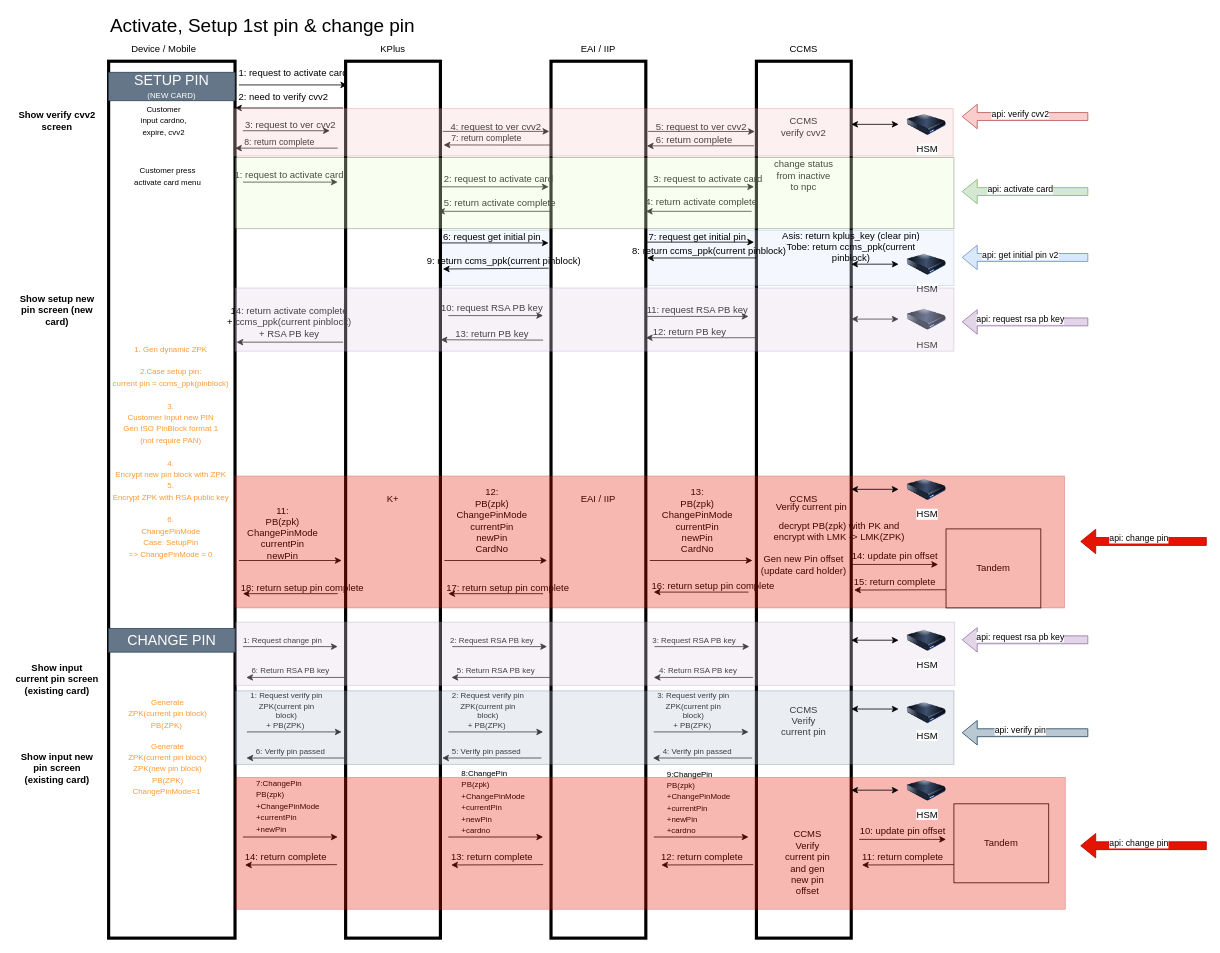
Above: page "KPlus_ChangePin" (2 of 3) of CCMS_Project.drawio in chawaratr/drawio (draw.io), before the change. Source tidied: cells renumbered, new cells numbered last; positions are measured from the earlier drawing's top-left corner, leaving out a move shared by most shapes. Both pictures are drawn from the tidied source at 79%, with x=0, y=0 at pixel (13, 13).
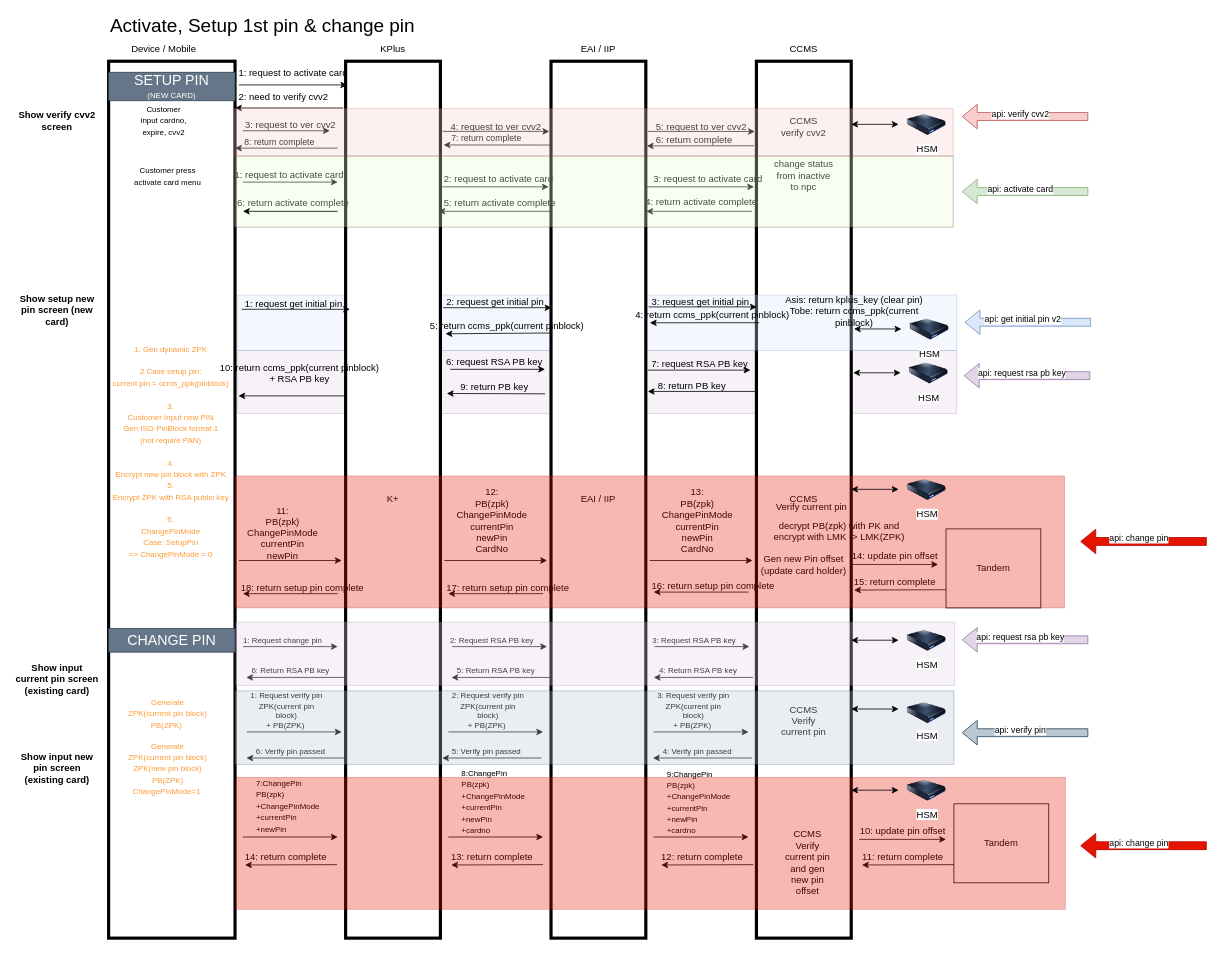
Above is the later version.

What changed in the source:
```diff
@@
+    <mxCell id="169" style="rounded=0;whiteSpace=wrap;html=1;fillColor=#e1d5e7;strokeColor=#9673a6;opacity=30;" parent="1" vertex="1">
+      <mxGeometry x="283.5" y="426" width="910" height="80" as="geometry" />
+    </mxCell>
@@
     <mxCell id="3" style="rounded=0;whiteSpace=wrap;html=1;fillColor=#dae8fc;strokeColor=#6c8ebf;opacity=30;" parent="1" vertex="1">
-      <mxGeometry x="540" y="274" width="650" height="70" as="geometry" />
+      <mxGeometry x="283.5" y="356" width="910" height="70" as="geometry" />
     </mxCell>
@@
     <mxCell id="16" style="endArrow=classic;html=1;rounded=0;" parent="1" edge="1">
       <mxGeometry relative="1" as="geometry">
-        <mxPoint x="934" y="250" as="sourcePoint" />
-        <mxPoint x="800" y="250" as="targetPoint" />
+        <mxPoint x="934.5" y="250" as="sourcePoint" />
+        <mxPoint x="800.5" y="250" as="targetPoint" />
       </mxGeometry>
     </mxCell>
@@
     <mxCell id="18" style="endArrow=classic;html=1;rounded=0;exitX=0;exitY=0.22;exitDx=0;exitDy=0;exitPerimeter=0;" parent="1" edge="1">
       <mxGeometry relative="1" as="geometry">
-        <mxPoint x="680" y="250" as="sourcePoint" />
-        <mxPoint x="537" y="250" as="targetPoint" />
+        <mxPoint x="680.5" y="250" as="sourcePoint" />
+        <mxPoint x="537.5" y="250" as="targetPoint" />
       </mxGeometry>
     </mxCell>
@@
     <mxCell id="21" style="endArrow=classic;html=1;rounded=0;entryX=-0.028;entryY=0.147;entryDx=0;entryDy=0;entryPerimeter=0;" parent="1" edge="1">
       <mxGeometry relative="1" as="geometry">
-        <mxPoint x="540" y="290" as="sourcePoint" />
-        <mxPoint x="677" y="290" as="targetPoint" />
+        <mxPoint x="543.5" y="372" as="sourcePoint" />
+        <mxPoint x="680.5" y="372" as="targetPoint" />
       </mxGeometry>
     </mxCell>
-    <mxCell id="22" value="6: request get initial pin" style="text;html=1;align=center;verticalAlign=middle;strokeColor=none;fillColor=none;" parent="1" vertex="1">
-      <mxGeometry x="530" y="268" width="150" height="30" as="geometry" />
+    <mxCell id="22" value="2: request get initial pin" style="text;html=1;align=center;verticalAlign=middle;strokeColor=none;fillColor=none;" parent="1" vertex="1">
+      <mxGeometry x="533.5" y="350" width="150" height="30" as="geometry" />
     </mxCell>
     <mxCell id="23" style="endArrow=classic;html=1;rounded=0;entryX=-0.028;entryY=0.147;entryDx=0;entryDy=0;entryPerimeter=0;" parent="1" edge="1">
       <mxGeometry relative="1" as="geometry">
-        <mxPoint x="800" y="289" as="sourcePoint" />
-        <mxPoint x="937" y="289" as="targetPoint" />
+        <mxPoint x="803.5" y="371" as="sourcePoint" />
+        <mxPoint x="940.5" y="371" as="targetPoint" />
       </mxGeometry>
     </mxCell>
-    <mxCell id="24" value="7: request get initial pin" style="text;html=1;align=center;verticalAlign=middle;strokeColor=none;fillColor=none;" parent="1" vertex="1">
-      <mxGeometry x="790" y="268" width="150" height="30" as="geometry" />
+    <mxCell id="24" value="3: request get initial pin" style="text;html=1;align=center;verticalAlign=middle;strokeColor=none;fillColor=none;" parent="1" vertex="1">
+      <mxGeometry x="793.5" y="350" width="150" height="30" as="geometry" />
     </mxCell>
     <mxCell id="25" style="endArrow=classic;html=1;rounded=0;entryX=1.013;entryY=0.882;entryDx=0;entryDy=0;entryPerimeter=0;" parent="1" edge="1">
       <mxGeometry relative="1" as="geometry">
-        <mxPoint x="940" y="309" as="sourcePoint" />
-        <mxPoint x="801.6" y="309.1" as="targetPoint" />
+        <mxPoint x="943.5" y="391" as="sourcePoint" />
+        <mxPoint x="805.1" y="391.1" as="targetPoint" />
       </mxGeometry>
     </mxCell>
-    <mxCell id="26" value="8: return ccms_ppk(current pinblock)" style="text;html=1;align=center;verticalAlign=middle;strokeColor=none;fillColor=none;" parent="1" vertex="1">
-      <mxGeometry x="770" y="285" width="220" height="30" as="geometry" />
+    <mxCell id="26" value="4: return ccms_ppk(current pinblock)" style="text;html=1;align=center;verticalAlign=middle;strokeColor=none;fillColor=none;" parent="1" vertex="1">
+      <mxGeometry x="773.5" y="367" width="220" height="30" as="geometry" />
     </mxCell>
     <mxCell id="27" value="Asis: return kplus_key (clear pin)&lt;div&gt;Tobe: return ccms_ppk(current pinblock)&lt;/div&gt;" style="text;html=1;align=center;verticalAlign=middle;whiteSpace=wrap;rounded=0;" parent="1" vertex="1">
-      <mxGeometry x="960" y="280" width="200" height="30" as="geometry" />
+      <mxGeometry x="963.5" y="362" width="200" height="30" as="geometry" />
     </mxCell>
     <mxCell id="28" style="endArrow=classic;html=1;rounded=0;exitX=-0.037;exitY=0.384;exitDx=0;exitDy=0;exitPerimeter=0;entryX=1.013;entryY=0.882;entryDx=0;entryDy=0;entryPerimeter=0;" parent="1" edge="1">
       <mxGeometry relative="1" as="geometry">
-        <mxPoint x="677" y="322" as="sourcePoint" />
-        <mxPoint x="543" y="323" as="targetPoint" />
+        <mxPoint x="680.5" y="404" as="sourcePoint" />
+        <mxPoint x="546.5" y="405" as="targetPoint" />
       </mxGeometry>
     </mxCell>
-    <mxCell id="29" value="9: return ccms_ppk(current pinblock)" style="text;html=1;align=center;verticalAlign=middle;strokeColor=none;fillColor=none;" parent="1" vertex="1">
-      <mxGeometry x="510" y="298" width="220" height="30" as="geometry" />
+    <mxCell id="29" value="5: return ccms_ppk(current pinblock)" style="text;html=1;align=center;verticalAlign=middle;strokeColor=none;fillColor=none;" parent="1" vertex="1">
+      <mxGeometry x="513.5" y="380" width="220" height="30" as="geometry" />
     </mxCell>
     <mxCell id="30" style="endArrow=classic;html=1;rounded=0;exitX=-0.027;exitY=0.399;exitDx=0;exitDy=0;exitPerimeter=0;entryX=1.011;entryY=0.399;entryDx=0;entryDy=0;entryPerimeter=0;" parent="1" edge="1">
       <mxGeometry relative="1" as="geometry">
-        <mxPoint x="416.8" y="415.6" as="sourcePoint" />
-        <mxPoint x="281.8" y="415.6" as="targetPoint" />
+        <mxPoint x="419.3" y="483.6" as="sourcePoint" />
+        <mxPoint x="284.3" y="483.6" as="targetPoint" />
       </mxGeometry>
     </mxCell>
-    <mxCell id="31" value="14: return activate complete&amp;nbsp;&lt;div&gt;+ ccms_ppk(current pinblock)&amp;nbsp;&lt;/div&gt;&lt;div&gt;+ RSA PB key&amp;nbsp;&lt;/div&gt;" style="text;html=1;align=center;verticalAlign=middle;strokeColor=none;fillColor=none;" parent="1" vertex="1">
-      <mxGeometry x="260" y="360" width="180" height="60" as="geometry" />
+    <mxCell id="31" value="6: return activate complete&amp;nbsp;" style="text;html=1;align=center;verticalAlign=middle;strokeColor=none;fillColor=none;" parent="1" vertex="1">
+      <mxGeometry x="270" y="225" width="170" height="30" as="geometry" />
     </mxCell>
     <mxCell id="32" style="endArrow=classic;html=1;rounded=0;entryX=0.933;entryY=0.8;entryDx=0;entryDy=0;entryPerimeter=0;" parent="1" edge="1" target="33">
       <mxGeometry relative="1" as="geometry">
-        <mxPoint x="550" y="382" as="sourcePoint" />
+        <mxPoint x="552.5" y="450" as="sourcePoint" />
       </mxGeometry>
     </mxCell>
-    <mxCell id="33" value="10: request RSA PB key" style="text;html=1;align=center;verticalAlign=middle;points=[];strokeColor=none;fillColor=none;" parent="1" vertex="1">
-      <mxGeometry x="530" y="358" width="150" height="30" as="geometry" />
+    <mxCell id="33" value="6: request RSA PB key" style="text;html=1;align=center;verticalAlign=middle;points=[];strokeColor=none;fillColor=none;" parent="1" vertex="1">
+      <mxGeometry x="532.5" y="426" width="150" height="30" as="geometry" />
     </mxCell>
     <mxCell id="34" style="endArrow=classic;html=1;rounded=0;entryX=0.933;entryY=0.767;entryDx=0;entryDy=0;entryPerimeter=0;" parent="1" edge="1" target="35">
       <mxGeometry relative="1" as="geometry">
-        <mxPoint x="800" y="383" as="sourcePoint" />
+        <mxPoint x="802.5" y="451" as="sourcePoint" />
       </mxGeometry>
     </mxCell>
-    <mxCell id="35" value="11: request RSA PB key" style="text;html=1;align=center;verticalAlign=middle;points=[];strokeColor=none;fillColor=none;" parent="1" vertex="1">
-      <mxGeometry x="790" y="360" width="150" height="30" as="geometry" />
+    <mxCell id="35" value="7: request RSA PB key" style="text;html=1;align=center;verticalAlign=middle;points=[];strokeColor=none;fillColor=none;" parent="1" vertex="1">
+      <mxGeometry x="792.5" y="428" width="150" height="30" as="geometry" />
     </mxCell>
     <mxCell id="36" style="endArrow=classic;html=1;rounded=0;" parent="1" edge="1">
       <mxGeometry relative="1" as="geometry">
-        <mxPoint x="939" y="410" as="sourcePoint" />
-        <mxPoint x="800" y="410" as="targetPoint" />
+        <mxPoint x="941.5" y="478" as="sourcePoint" />
+        <mxPoint x="802.5" y="478" as="targetPoint" />
       </mxGeometry>
     </mxCell>
-    <mxCell id="37" value="12: return PB key" style="text;html=1;align=center;verticalAlign=middle;strokeColor=none;fillColor=none;" parent="1" vertex="1">
-      <mxGeometry x="795" y="388" width="120" height="30" as="geometry" />
+    <mxCell id="37" value="8: return PB key" style="text;html=1;align=center;verticalAlign=middle;strokeColor=none;fillColor=none;" parent="1" vertex="1">
+      <mxGeometry x="802.5" y="456" width="110" height="30" as="geometry" />
     </mxCell>
     <mxCell id="38" style="endArrow=classic;html=1;rounded=0;entryX=-0.04;entryY=0.753;entryDx=0;entryDy=0;entryPerimeter=0;" parent="1" edge="1" target="39">
       <mxGeometry relative="1" as="geometry">
-        <mxPoint x="670" y="413" as="sourcePoint" />
+        <mxPoint x="672.5" y="481" as="sourcePoint" />
       </mxGeometry>
     </mxCell>
-    <mxCell id="39" value="13: return PB key" style="text;html=1;align=center;verticalAlign=middle;points=[];strokeColor=none;fillColor=none;" parent="1" vertex="1">
-      <mxGeometry x="545" y="390" width="120" height="30" as="geometry" />
+    <mxCell id="39" value="9: return PB key" style="text;html=1;align=center;verticalAlign=middle;points=[];strokeColor=none;fillColor=none;" parent="1" vertex="1">
+      <mxGeometry x="552.5" y="458" width="110" height="30" as="geometry" />
     </mxCell>
@@
     <mxCell id="133" style="shape=flexArrow;endArrow=classic;html=1;rounded=0;fillColor=#dae8fc;strokeColor=#6c8ebf;" parent="1" edge="1">
       <mxGeometry relative="1" as="geometry">
-        <mxPoint x="1360" y="308.4" as="sourcePoint" />
-        <mxPoint x="1200" y="308.4" as="targetPoint" />
+        <mxPoint x="1363.5" y="390.4" as="sourcePoint" />
+        <mxPoint x="1203.5" y="390.4" as="targetPoint" />
       </mxGeometry>
     </mxCell>
@@
     <mxCell id="135" style="shape=flexArrow;endArrow=classic;html=1;rounded=0;fillColor=#e1d5e7;strokeColor=#9673a6;" parent="1" edge="1">
       <mxGeometry relative="1" as="geometry">
-        <mxPoint x="1360" y="390" as="sourcePoint" />
-        <mxPoint x="1200" y="390" as="targetPoint" />
+        <mxPoint x="1362.5" y="458" as="sourcePoint" />
+        <mxPoint x="1202.5" y="458" as="targetPoint" />
       </mxGeometry>
     </mxCell>
@@
     <mxCell id="149" style="rounded=0;whiteSpace=wrap;html=1;fillColor=#E6FFCC;opacity=30;" parent="1" vertex="1">
-      <mxGeometry x="280" y="182" width="910" height="90" as="geometry" />
+      <mxGeometry x="279" y="180" width="910" height="90" as="geometry" />
     </mxCell>
@@
     <mxCell id="165" value="HSM" style="image;html=1;image=img/lib/clip_art/computers/Harddrive_128x128.png;" parent="1" vertex="1">
-      <mxGeometry x="1131" y="369.5" width="49" height="35" as="geometry" />
+      <mxGeometry x="1133.5" y="437.5" width="49" height="35" as="geometry" />
     </mxCell>
     <mxCell id="166" style="endArrow=classic;startArrow=classic;html=1;rounded=0;" parent="1" edge="1">
       <mxGeometry relative="1" as="geometry">
-        <mxPoint x="1060" y="386.4" as="sourcePoint" />
-        <mxPoint x="1120" y="386.4" as="targetPoint" />
+        <mxPoint x="1062.5" y="454.4" as="sourcePoint" />
+        <mxPoint x="1122.5" y="454.4" as="targetPoint" />
       </mxGeometry>
     </mxCell>
     <mxCell id="167" value="HSM" style="image;html=1;image=img/lib/clip_art/computers/Harddrive_128x128.png;" parent="1" vertex="1">
-      <mxGeometry x="1131" y="300" width="49" height="35" as="geometry" />
+      <mxGeometry x="1134.5" y="382" width="49" height="35" as="geometry" />
     </mxCell>
     <mxCell id="168" style="endArrow=classic;startArrow=classic;html=1;rounded=0;" parent="1" edge="1">
       <mxGeometry relative="1" as="geometry">
-        <mxPoint x="1060" y="316.9" as="sourcePoint" />
-        <mxPoint x="1120" y="316.9" as="targetPoint" />
+        <mxPoint x="1063.5" y="398.9" as="sourcePoint" />
+        <mxPoint x="1123.5" y="398.9" as="targetPoint" />
       </mxGeometry>
     </mxCell>
-    <mxCell id="169" style="rounded=0;whiteSpace=wrap;html=1;fillColor=#e1d5e7;strokeColor=#9673a6;opacity=30;" parent="1" vertex="1">
-      <mxGeometry x="280" y="347" width="910" height="80" as="geometry" />
-    </mxCell>
+    <mxCell id="170" style="endArrow=classic;html=1;rounded=0;" parent="1" edge="1">
+      <mxGeometry relative="1" as="geometry">
+        <mxPoint x="410" y="250" as="sourcePoint" />
+        <mxPoint x="290" y="250" as="targetPoint" />
+      </mxGeometry>
+    </mxCell>
+    <mxCell id="171" value="10: return &lt;span style=&quot;background-color: initial;&quot;&gt;ccms_ppk(current pinblock)&amp;nbsp;&lt;/span&gt;&lt;div&gt;+ RSA PB key&amp;nbsp;&lt;/div&gt;" style="text;html=1;align=center;verticalAlign=middle;strokeColor=none;fillColor=none;" parent="1" vertex="1">
+      <mxGeometry x="247.5" y="435" width="230" height="40" as="geometry" />
+    </mxCell>
+    <mxCell id="172" style="endArrow=classic;html=1;rounded=0;entryX=-0.028;entryY=0.147;entryDx=0;entryDy=0;entryPerimeter=0;" parent="1" edge="1">
+      <mxGeometry relative="1" as="geometry">
+        <mxPoint x="288.5" y="374" as="sourcePoint" />
+        <mxPoint x="425.5" y="374" as="targetPoint" />
+      </mxGeometry>
+    </mxCell>
+    <mxCell id="173" value="1: request get initial pin" style="text;html=1;align=center;verticalAlign=middle;strokeColor=none;fillColor=none;" parent="1" vertex="1">
+      <mxGeometry x="278.5" y="352" width="150" height="30" as="geometry" />
+    </mxCell>
```
